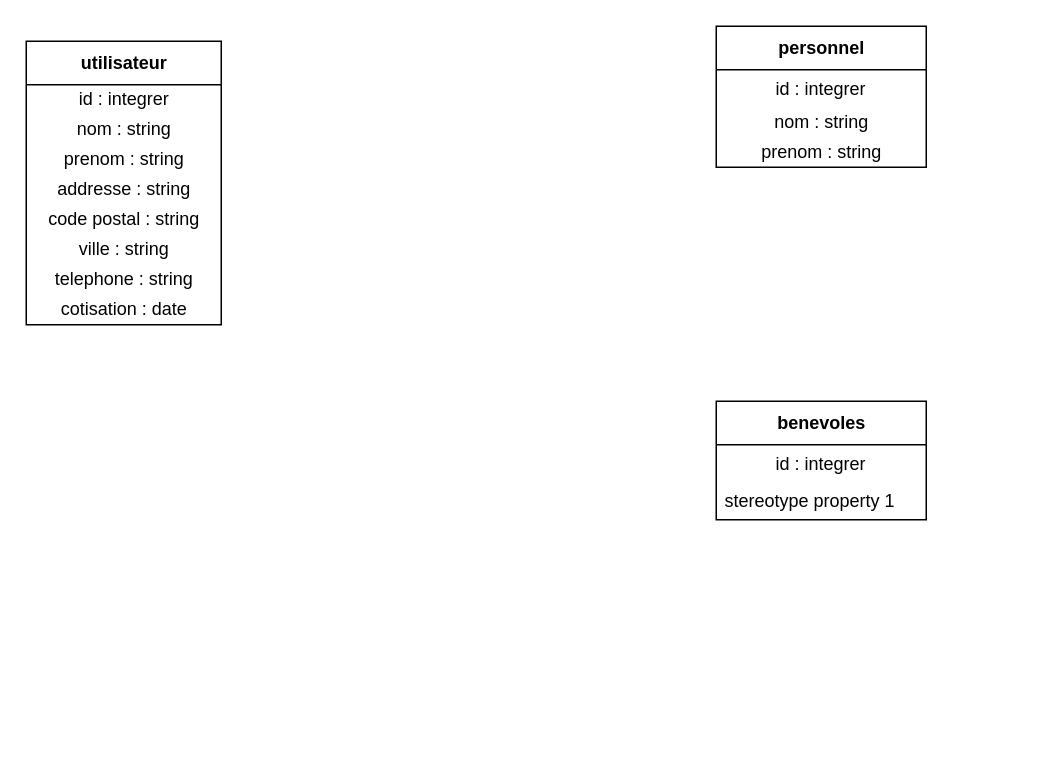
The draw.io diagram maquetter_une_application/UML_Partie_1/phase_5/diagramme_des_classes.drawio in Rustam0-0/cda, before the edit. Source tidied: cells renumbered, new cells numbered last; positions are measured from the earlier drawing's top-left corner, leaving out a move shared by most shapes. Both pictures are drawn from the tidied source at 150%, with x=0, y=0 at pixel (26, 26).
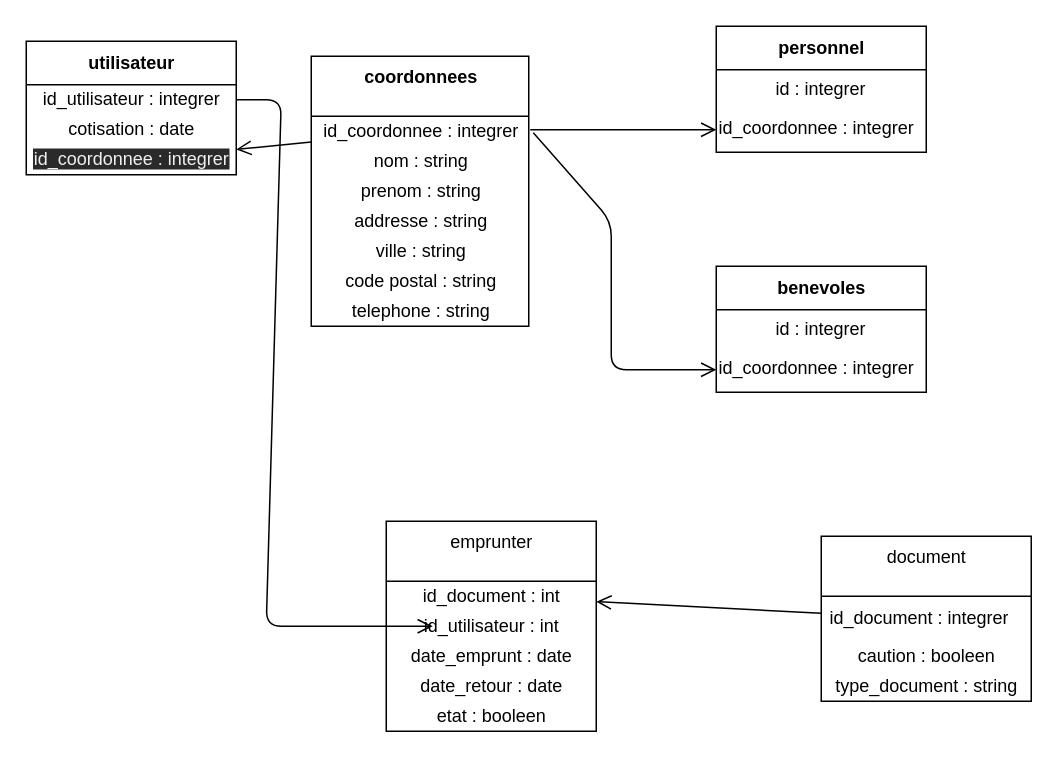
After the change.

Commit message:
mise à jour exo

Change to the diagram source:
```diff
@@
     <mxCell id="2" value="utilisateur" style="swimlane;fontStyle=1;align=center;verticalAlign=middle;horizontal=1;startSize=29;html=1;" parent="1" vertex="1">
-      <mxGeometry y="10" width="130" height="189" as="geometry" />
+      <mxGeometry y="10" width="140" height="89" as="geometry" />
     </mxCell>
-    <mxCell id="3" value="id : integrer" style="text;html=1;align=center;verticalAlign=middle;points=[];strokeColor=none;" parent="2" vertex="1">
-      <mxGeometry y="29" width="130" height="20" as="geometry" />
+    <mxCell id="3" value="id_utilisateur : integrer" style="text;html=1;align=center;verticalAlign=middle;points=[];strokeColor=none;" parent="2" vertex="1">
+      <mxGeometry y="29" width="140" height="20" as="geometry" />
     </mxCell>
+    <mxCell id="10" value="cotisation : date" style="text;html=1;align=center;verticalAlign=middle;strokeColor=none;" parent="2" vertex="1">
+      <mxGeometry y="49" width="140" height="20" as="geometry" />
+    </mxCell>
+    <mxCell id="18" value="&lt;span style=&quot;color: rgb(240 , 240 , 240) ; font-family: &amp;#34;helvetica&amp;#34; ; font-size: 12px ; font-style: normal ; font-weight: 400 ; letter-spacing: normal ; text-align: center ; text-indent: 0px ; text-transform: none ; word-spacing: 0px ; background-color: rgb(42 , 42 , 42) ; display: inline ; float: none&quot;&gt;id_coordonnee : integrer&lt;/span&gt;" style="text;html=1;align=center;verticalAlign=middle;points=[];strokeColor=none;" parent="2" vertex="1">
+      <mxGeometry y="69" width="140" height="20" as="geometry" />
+    </mxCell>
+    <mxCell id="11" value="personnel" style="swimlane;fontStyle=1;align=center;verticalAlign=middle;horizontal=1;startSize=29;html=1;" parent="1" vertex="1">
+      <mxGeometry x="460" width="140" height="84" as="geometry" />
+    </mxCell>
+    <mxCell id="12" value="id : integrer" style="text;html=1;strokeColor=none;fillColor=none;align=center;verticalAlign=middle;spacingLeft=4;spacingRight=4;overflow=hidden;" parent="11" vertex="1">
+      <mxGeometry y="29" width="140" height="25" as="geometry" />
+    </mxCell>
+    <mxCell id="19" value="&lt;span style=&quot;text-align: center&quot;&gt;id_coordonnee : integrer&lt;/span&gt;" style="text;whiteSpace=wrap;html=1;" parent="11" vertex="1">
+      <mxGeometry y="54" width="140" height="30" as="geometry" />
+    </mxCell>
+    <mxCell id="15" value="benevoles" style="swimlane;fontStyle=1;align=center;verticalAlign=middle;horizontal=1;startSize=29;html=1;" parent="1" vertex="1">
+      <mxGeometry x="460" y="160" width="140" height="84" as="geometry" />
+    </mxCell>
+    <mxCell id="16" value="id : integrer" style="text;html=1;strokeColor=none;fillColor=none;align=center;verticalAlign=middle;spacingLeft=4;spacingRight=4;overflow=hidden;" parent="15" vertex="1">
+      <mxGeometry y="29" width="140" height="25" as="geometry" />
+    </mxCell>
+    <mxCell id="20" value="&lt;span style=&quot;text-align: center&quot;&gt;id_coordonnee : integrer&lt;/span&gt;" style="text;whiteSpace=wrap;html=1;" parent="15" vertex="1">
+      <mxGeometry y="54" width="140" height="30" as="geometry" />
+    </mxCell>
+    <mxCell id="21" value="&lt;b&gt;coordonnees&lt;/b&gt;" style="swimlane;fontStyle=0;align=center;verticalAlign=top;horizontal=1;startSize=40;html=1;" parent="1" vertex="1">
+      <mxGeometry x="190" y="20" width="145" height="180" as="geometry" />
+    </mxCell>
+    <mxCell id="22" value="id_coordonnee : integrer" style="text;html=1;align=center;verticalAlign=middle;points=[];strokeColor=none;" parent="21" vertex="1">
+      <mxGeometry y="40" width="145" height="20" as="geometry" />
+    </mxCell>
-    <mxCell id="4" value="nom : string" style="text;html=1;align=center;verticalAlign=middle;strokeColor=none;" parent="2" vertex="1">
-      <mxGeometry y="49" width="130" height="20" as="geometry" />
+    <mxCell id="4" value="nom : string" style="text;html=1;align=center;verticalAlign=middle;strokeColor=none;" parent="21" vertex="1">
+      <mxGeometry y="60" width="145" height="20" as="geometry" />
     </mxCell>
-    <mxCell id="5" value="prenom : string" style="text;html=1;align=center;verticalAlign=middle;strokeColor=none;" parent="2" vertex="1">
-      <mxGeometry y="69" width="130" height="20" as="geometry" />
+    <mxCell id="5" value="prenom : string" style="text;html=1;align=center;verticalAlign=middle;strokeColor=none;" parent="21" vertex="1">
+      <mxGeometry y="80" width="145" height="20" as="geometry" />
     </mxCell>
-    <mxCell id="6" value="addresse : string" style="text;html=1;align=center;verticalAlign=middle;strokeColor=none;" parent="2" vertex="1">
-      <mxGeometry y="89" width="130" height="20" as="geometry" />
+    <mxCell id="6" value="addresse : string" style="text;html=1;align=center;verticalAlign=middle;strokeColor=none;" parent="21" vertex="1">
+      <mxGeometry y="100" width="145" height="20" as="geometry" />
     </mxCell>
+    <mxCell id="8" value="ville : string" style="text;html=1;align=center;verticalAlign=middle;strokeColor=none;" parent="21" vertex="1">
+      <mxGeometry y="120" width="145" height="20" as="geometry" />
+    </mxCell>
-    <mxCell id="7" value="code postal : string" style="text;html=1;align=center;verticalAlign=middle;strokeColor=none;" parent="2" vertex="1">
-      <mxGeometry y="109" width="130" height="20" as="geometry" />
+    <mxCell id="7" value="code postal : string" style="text;html=1;align=center;verticalAlign=middle;strokeColor=none;" parent="21" vertex="1">
+      <mxGeometry y="140" width="145" height="20" as="geometry" />
     </mxCell>
-    <mxCell id="8" value="ville : string" style="text;html=1;align=center;verticalAlign=middle;strokeColor=none;" parent="2" vertex="1">
-      <mxGeometry y="129" width="130" height="20" as="geometry" />
-    </mxCell>
-    <mxCell id="9" value="telephone : string" style="text;html=1;align=center;verticalAlign=middle;strokeColor=none;" parent="2" vertex="1">
-      <mxGeometry y="149" width="130" height="20" as="geometry" />
+    <mxCell id="9" value="telephone : string" style="text;html=1;align=center;verticalAlign=middle;strokeColor=none;" parent="21" vertex="1">
+      <mxGeometry y="160" width="145" height="20" as="geometry" />
     </mxCell>
-    <mxCell id="10" value="cotisation : date" style="text;html=1;align=center;verticalAlign=middle;strokeColor=none;" parent="2" vertex="1">
-      <mxGeometry y="169" width="130" height="20" as="geometry" />
-    </mxCell>
-    <mxCell id="11" value="personnel" style="swimlane;fontStyle=1;align=center;verticalAlign=middle;horizontal=1;startSize=29;html=1;" parent="1" vertex="1">
-      <mxGeometry x="460" width="140" height="94" as="geometry" />
-    </mxCell>
-    <mxCell id="12" value="id : integrer" style="text;html=1;strokeColor=none;fillColor=none;align=center;verticalAlign=middle;spacingLeft=4;spacingRight=4;overflow=hidden;" parent="11" vertex="1">
-      <mxGeometry y="29" width="140" height="25" as="geometry" />
-    </mxCell>
-    <mxCell id="13" value="nom : string" style="text;html=1;align=center;verticalAlign=middle;strokeColor=none;" parent="11" vertex="1">
-      <mxGeometry y="54" width="140" height="20" as="geometry" />
-    </mxCell>
-    <mxCell id="14" value="prenom : string" style="text;html=1;align=center;verticalAlign=middle;strokeColor=none;" parent="11" vertex="1">
-      <mxGeometry y="74" width="140" height="20" as="geometry" />
-    </mxCell>
-    <mxCell id="15" value="benevoles" style="swimlane;fontStyle=1;align=center;verticalAlign=middle;horizontal=1;startSize=29;html=1;" parent="1" vertex="1">
-      <mxGeometry x="460" y="250" width="140" height="79" as="geometry" />
-    </mxCell>
-    <mxCell id="16" value="id : integrer" style="text;html=1;strokeColor=none;fillColor=none;align=center;verticalAlign=middle;spacingLeft=4;spacingRight=4;overflow=hidden;" parent="15" vertex="1">
-      <mxGeometry y="29" width="140" height="25" as="geometry" />
-    </mxCell>
-    <mxCell id="17" value="stereotype property 1" style="text;html=1;strokeColor=none;fillColor=none;align=left;verticalAlign=middle;spacingLeft=4;spacingRight=4;overflow=hidden;" parent="15" vertex="1">
-      <mxGeometry y="54" width="140" height="25" as="geometry" />
-    </mxCell>
+    <mxCell id="23" style="endArrow=open;startArrow=none;endFill=0;startFill=0;endSize=8;html=1;verticalAlign=bottom;labelBackgroundColor=none;strokeWidth=1;exitX=1.007;exitY=0.45;exitDx=0;exitDy=0;exitPerimeter=0;entryX=0;entryY=0.5;entryDx=0;entryDy=0;" parent="1" edge="1" source="22" target="19">
+      <mxGeometry relative="1" as="geometry" />
+    </mxCell>
+    <mxCell id="24" style="endArrow=open;startArrow=none;endFill=0;startFill=0;endSize=8;html=1;verticalAlign=bottom;labelBackgroundColor=none;strokeWidth=1;entryX=0;entryY=0.5;entryDx=0;entryDy=0;exitX=1.021;exitY=0.55;exitDx=0;exitDy=0;exitPerimeter=0;" parent="1" edge="1" source="22" target="20">
+      <mxGeometry relative="1" as="geometry">
+        <Array as="points">
+          <mxPoint x="390" y="130" />
+          <mxPoint x="390" y="229" />
+        </Array>
+      </mxGeometry>
+    </mxCell>
+    <mxCell id="25" style="endArrow=open;startArrow=none;endFill=0;startFill=0;endSize=8;html=1;verticalAlign=bottom;labelBackgroundColor=none;strokeWidth=1;" parent="1" edge="1" source="22" target="18">
+      <mxGeometry relative="1" as="geometry" />
+    </mxCell>
+    <mxCell id="26" value="document" style="swimlane;fontStyle=0;align=center;verticalAlign=top;horizontal=1;startSize=40;html=1;" parent="1" vertex="1">
+      <mxGeometry x="530" y="340" width="140" height="110" as="geometry" />
+    </mxCell>
+    <mxCell id="27" value="id_document : integrer" style="text;html=1;strokeColor=none;fillColor=none;align=left;verticalAlign=middle;spacingLeft=4;spacingRight=4;overflow=hidden;points=[[0,0.5],[1,0.5]];portConstraint=eastwest;" parent="26" vertex="1">
+      <mxGeometry y="40" width="140" height="30" as="geometry" />
+    </mxCell>
+    <mxCell id="28" value="caution : booleen" style="text;html=1;align=center;verticalAlign=middle;strokeColor=none;" parent="26" vertex="1">
+      <mxGeometry y="70" width="140" height="20" as="geometry" />
+    </mxCell>
+    <mxCell id="29" value="type_document : string" style="text;html=1;align=center;verticalAlign=middle;strokeColor=none;" parent="26" vertex="1">
+      <mxGeometry y="90" width="140" height="20" as="geometry" />
+    </mxCell>
+    <mxCell id="30" value="emprunter" style="swimlane;fontStyle=0;align=center;verticalAlign=top;horizontal=1;startSize=40;html=1;" parent="1" vertex="1">
+      <mxGeometry x="240" y="330" width="140" height="140" as="geometry" />
+    </mxCell>
+    <mxCell id="31" value="id_document : int" style="text;html=1;align=center;verticalAlign=middle;points=[];strokeColor=none;" parent="30" vertex="1">
+      <mxGeometry y="40" width="140" height="20" as="geometry" />
+    </mxCell>
+    <mxCell id="32" value="id_utilisateur : int" style="text;html=1;align=center;verticalAlign=middle;strokeColor=none;" parent="30" vertex="1">
+      <mxGeometry y="60" width="140" height="20" as="geometry" />
+    </mxCell>
+    <mxCell id="33" value="date_emprunt : date" style="text;html=1;align=center;verticalAlign=middle;strokeColor=none;" parent="30" vertex="1">
+      <mxGeometry y="80" width="140" height="20" as="geometry" />
+    </mxCell>
+    <mxCell id="34" value="date_retour : date" style="text;html=1;align=center;verticalAlign=middle;strokeColor=none;" parent="30" vertex="1">
+      <mxGeometry y="100" width="140" height="20" as="geometry" />
+    </mxCell>
+    <mxCell id="35" value="etat : booleen" style="text;html=1;align=center;verticalAlign=middle;strokeColor=none;" parent="30" vertex="1">
+      <mxGeometry y="120" width="140" height="20" as="geometry" />
+    </mxCell>
+    <mxCell id="36" style="endArrow=open;startArrow=none;endFill=0;startFill=0;endSize=8;html=1;verticalAlign=bottom;labelBackgroundColor=none;strokeWidth=1;" parent="1" edge="1" source="27" target="31">
+      <mxGeometry relative="1" as="geometry" />
+    </mxCell>
+    <mxCell id="37" style="endArrow=open;startArrow=none;endFill=0;startFill=0;endSize=8;html=1;verticalAlign=bottom;labelBackgroundColor=none;strokeWidth=1;" parent="1" edge="1" source="3">
+      <mxGeometry relative="1" as="geometry">
+        <mxPoint x="271" y="400" as="targetPoint" />
+        <Array as="points">
+          <mxPoint x="170" y="49" />
+          <mxPoint x="160" y="400" />
+        </Array>
+      </mxGeometry>
+    </mxCell>
```
